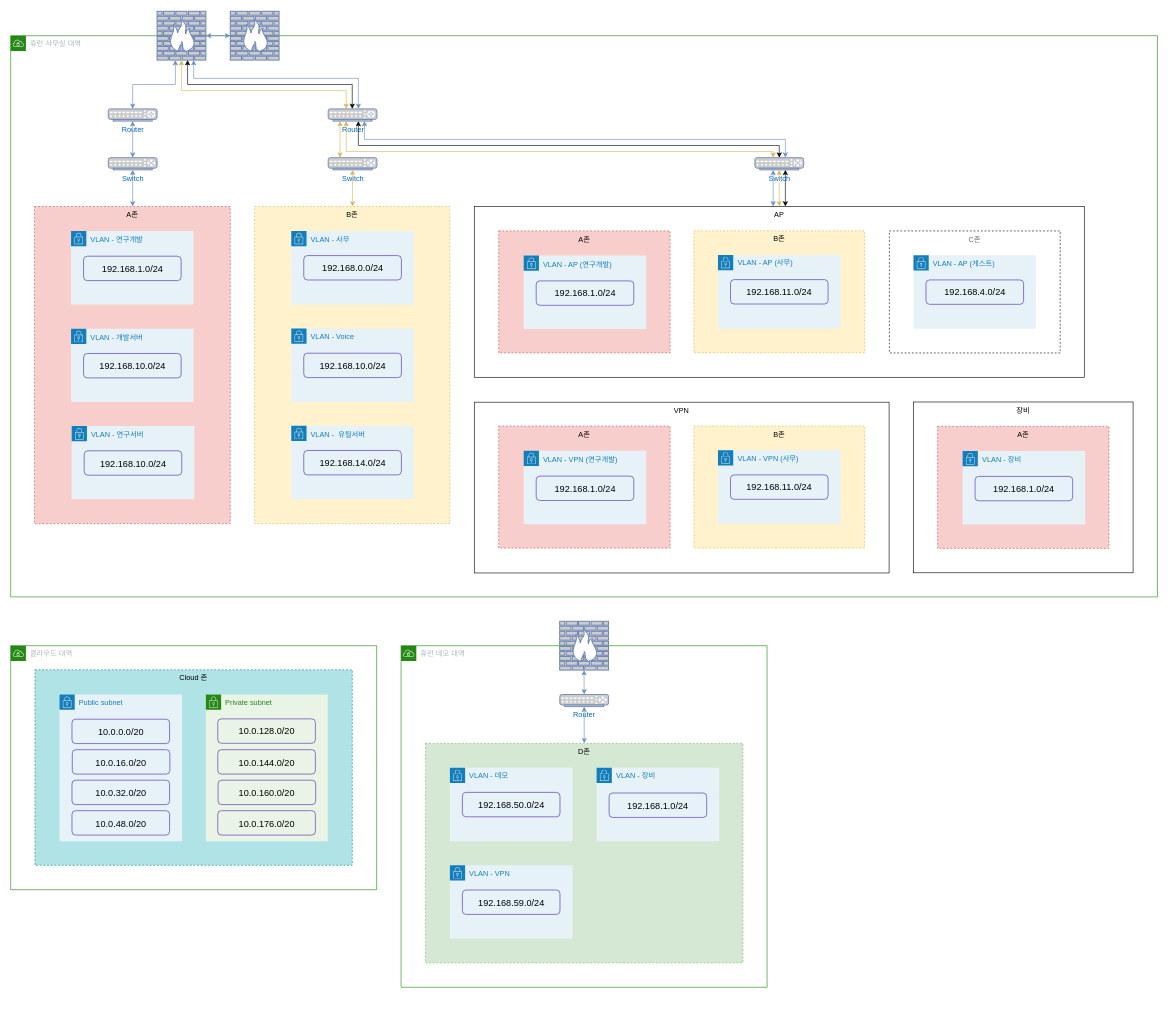
The draw.io diagram page "To-Be" (2 of 2) of 네트워크.drawio in junho-nam/drawio, before the edit. Source tidied: cells renumbered, new cells numbered last; positions are measured from the earlier drawing's top-left corner, leaving out a move shared by most shapes. Both pictures are drawn from the tidied source at 61%, with x=0, y=0 at pixel (10, 11).
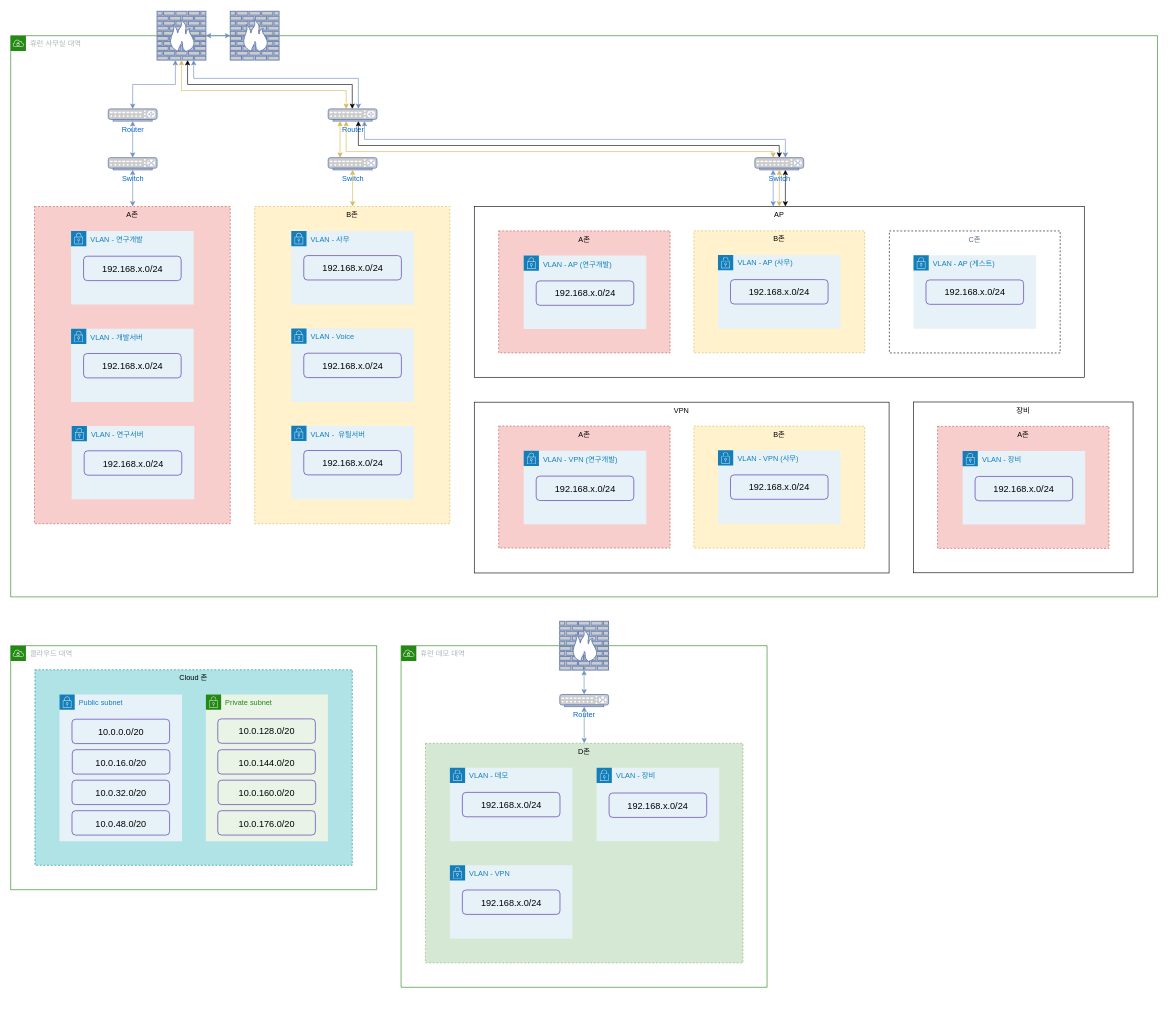
The same diagram, later.

Commit message (it also covers changes not shown here):
네트워크.drawio 업데이트

The change refers to these unchanged cells:
```xml
<mxCell id="7" value="VLAN - 연구서버" style="gradientColor=none;html=1;whiteSpace=wrap;fontSize=12;fontStyle=0;shape=mxgraph.aws4.group;grIcon=mxgraph.aws4.group_security_group;grStroke=0;strokeColor=#147EBA;fillColor=#E6F2F8;verticalAlign=top;align=left;spacingLeft=30;fontColor=#147EBA;dashed=0;rounded=1;shadow=0;glass=0;sketch=0;strokeWidth=1;" parent="4" vertex="1">
  <mxGeometry x="100" y="640" width="201" height="120" as="geometry" />
</mxCell>
<mxCell id="10" value="VLAN - VPN (연구개발)" style="gradientColor=none;html=1;whiteSpace=wrap;fontSize=12;fontStyle=0;shape=mxgraph.aws4.group;grIcon=mxgraph.aws4.group_security_group;grStroke=0;strokeColor=#147EBA;fillColor=#E6F2F8;verticalAlign=top;align=left;spacingLeft=30;fontColor=#147EBA;dashed=0;rounded=1;shadow=0;glass=0;sketch=0;strokeWidth=1;" parent="4" vertex="1">
  <mxGeometry x="841" y="680.5" width="201" height="120.5" as="geometry" />
</mxCell>
<mxCell id="13" value="VLAN - VPN (사무)" style="gradientColor=none;html=1;whiteSpace=wrap;fontSize=12;fontStyle=0;shape=mxgraph.aws4.group;grIcon=mxgraph.aws4.group_security_group;grStroke=0;strokeColor=#147EBA;fillColor=#E6F2F8;verticalAlign=top;align=left;spacingLeft=30;fontColor=#147EBA;dashed=0;rounded=1;shadow=0;glass=0;sketch=0;strokeWidth=1;" parent="4" vertex="1">
  <mxGeometry x="1159.5" y="679.5" width="201" height="120.5" as="geometry" />
</mxCell>
<mxCell id="30" value="VLAN - 데모" style="gradientColor=none;html=1;whiteSpace=wrap;fontSize=12;fontStyle=0;shape=mxgraph.aws4.group;grIcon=mxgraph.aws4.group_security_group;grStroke=0;strokeColor=#147EBA;fillColor=#E6F2F8;verticalAlign=top;align=left;spacingLeft=30;fontColor=#147EBA;dashed=0;rounded=1;shadow=0;glass=0;sketch=0;strokeWidth=1;" parent="28" vertex="1">
  <mxGeometry x="80" y="200" width="201" height="120.5" as="geometry" />
</mxCell>
<mxCell id="32" value="VLAN - VPN" style="gradientColor=none;html=1;whiteSpace=wrap;fontSize=12;fontStyle=0;shape=mxgraph.aws4.group;grIcon=mxgraph.aws4.group_security_group;grStroke=0;strokeColor=#147EBA;fillColor=#E6F2F8;verticalAlign=top;align=left;spacingLeft=30;fontColor=#147EBA;dashed=0;rounded=1;shadow=0;glass=0;sketch=0;strokeWidth=1;" parent="28" vertex="1">
  <mxGeometry x="80" y="360" width="201" height="120.5" as="geometry" />
</mxCell>
<mxCell id="34" value="VLAN - 장비" style="gradientColor=none;html=1;whiteSpace=wrap;fontSize=12;fontStyle=0;shape=mxgraph.aws4.group;grIcon=mxgraph.aws4.group_security_group;grStroke=0;strokeColor=#147EBA;fillColor=#E6F2F8;verticalAlign=top;align=left;spacingLeft=30;fontColor=#147EBA;dashed=0;rounded=1;shadow=0;glass=0;sketch=0;strokeWidth=1;" parent="28" vertex="1">
  <mxGeometry x="320.5" y="200" width="201" height="120.5" as="geometry" />
</mxCell>
<mxCell id="44" value="VLAN - 연구개발" style="gradientColor=none;html=1;whiteSpace=wrap;fontSize=12;fontStyle=0;shape=mxgraph.aws4.group;grIcon=mxgraph.aws4.group_security_group;grStroke=0;strokeColor=#147EBA;fillColor=#E6F2F8;verticalAlign=top;align=left;spacingLeft=30;fontColor=#147EBA;dashed=0;rounded=1;shadow=0;glass=0;sketch=0;strokeWidth=1;" parent="1" vertex="1">
  <mxGeometry x="99" y="360" width="201" height="120.5" as="geometry" />
</mxCell>
<mxCell id="46" value="VLAN - AP (게스트)" style="gradientColor=none;html=1;whiteSpace=wrap;fontSize=12;fontStyle=0;shape=mxgraph.aws4.group;grIcon=mxgraph.aws4.group_security_group;grStroke=0;strokeColor=#147EBA;fillColor=#E6F2F8;verticalAlign=top;align=left;spacingLeft=30;fontColor=#147EBA;dashed=0;rounded=1;shadow=0;glass=0;sketch=0;strokeWidth=1;" parent="1" vertex="1">
  <mxGeometry x="1480" y="399.9" width="201" height="120.5" as="geometry" />
</mxCell>
<mxCell id="48" value="VLAN - AP (사무)" style="gradientColor=none;html=1;whiteSpace=wrap;fontSize=12;fontStyle=0;shape=mxgraph.aws4.group;grIcon=mxgraph.aws4.group_security_group;grStroke=0;strokeColor=#147EBA;fillColor=#E6F2F8;verticalAlign=top;align=left;spacingLeft=30;fontColor=#147EBA;dashed=0;rounded=1;shadow=0;glass=0;sketch=0;strokeWidth=1;" parent="1" vertex="1">
  <mxGeometry x="1159.5" y="399.4" width="201" height="120.5" as="geometry" />
</mxCell>
<mxCell id="50" value="VLAN -&amp;nbsp; 유틸서버" style="gradientColor=none;html=1;whiteSpace=wrap;fontSize=12;fontStyle=0;shape=mxgraph.aws4.group;grIcon=mxgraph.aws4.group_security_group;grStroke=0;strokeColor=#147EBA;fillColor=#E6F2F8;verticalAlign=top;align=left;spacingLeft=30;fontColor=#147EBA;dashed=0;rounded=1;shadow=0;glass=0;sketch=0;strokeWidth=1;" parent="1" vertex="1">
  <mxGeometry x="460" y="679.5" width="201" height="120.5" as="geometry" />
</mxCell>
<mxCell id="52" value="VLAN - Voice" style="gradientColor=none;html=1;whiteSpace=wrap;fontSize=12;fontStyle=0;shape=mxgraph.aws4.group;grIcon=mxgraph.aws4.group_security_group;grStroke=0;strokeColor=#147EBA;fillColor=#E6F2F8;verticalAlign=top;align=left;spacingLeft=30;fontColor=#147EBA;dashed=0;rounded=1;shadow=0;glass=0;sketch=0;strokeWidth=1;" parent="1" vertex="1">
  <mxGeometry x="460" y="520" width="201" height="120.5" as="geometry" />
</mxCell>
<mxCell id="54" value="VLAN - 사무" style="gradientColor=none;html=1;whiteSpace=wrap;fontSize=12;fontStyle=0;shape=mxgraph.aws4.group;grIcon=mxgraph.aws4.group_security_group;grStroke=0;strokeColor=#147EBA;fillColor=#E6F2F8;verticalAlign=top;align=left;spacingLeft=30;fontColor=#147EBA;dashed=0;rounded=1;shadow=0;glass=0;sketch=0;strokeWidth=1;" parent="1" vertex="1">
  <mxGeometry x="460" y="360" width="201" height="120.5" as="geometry" />
</mxCell>
<mxCell id="62" value="VLAN - 개발서버" style="gradientColor=none;html=1;whiteSpace=wrap;fontSize=12;fontStyle=0;shape=mxgraph.aws4.group;grIcon=mxgraph.aws4.group_security_group;grStroke=0;strokeColor=#147EBA;fillColor=#E6F2F8;verticalAlign=top;align=left;spacingLeft=30;fontColor=#147EBA;dashed=0;rounded=1;shadow=0;glass=0;sketch=0;strokeWidth=1;" parent="1" vertex="1">
  <mxGeometry x="99" y="520.5" width="201" height="120" as="geometry" />
</mxCell>
<mxCell id="73" value="VLAN - AP (연구개발)" style="gradientColor=none;html=1;whiteSpace=wrap;fontSize=12;fontStyle=0;shape=mxgraph.aws4.group;grIcon=mxgraph.aws4.group_security_group;grStroke=0;strokeColor=#147EBA;fillColor=#E6F2F8;verticalAlign=top;align=left;spacingLeft=30;fontColor=#147EBA;dashed=0;rounded=1;shadow=0;glass=0;sketch=0;strokeWidth=1;" parent="1" vertex="1">
  <mxGeometry x="841" y="400.5" width="201" height="120.5" as="geometry" />
</mxCell>
<mxCell id="80" value="VLAN - 장비" style="gradientColor=none;html=1;whiteSpace=wrap;fontSize=12;fontStyle=0;shape=mxgraph.aws4.group;grIcon=mxgraph.aws4.group_security_group;grStroke=0;strokeColor=#147EBA;fillColor=#E6F2F8;verticalAlign=top;align=left;spacingLeft=30;fontColor=#147EBA;dashed=0;rounded=1;shadow=0;glass=0;sketch=0;strokeWidth=1;" parent="1" vertex="1">
  <mxGeometry x="1560.5" y="721" width="201" height="120.5" as="geometry" />
</mxCell>
```

Diff of the diagram source:
```diff
@@
-    <mxCell id="8" value="&lt;font style=&quot;font-size: 15px;&quot;&gt;192.168.10.0/24&lt;/font&gt;" style="rounded=1;whiteSpace=wrap;html=1;fillColor=none;strokeWidth=1;strokeColor=#4d27aa;glass=0;shadow=0;" parent="7" vertex="1">
+    <mxCell id="8" value="&lt;font style=&quot;font-size: 15px;&quot;&gt;192.168.x.0/24&lt;/font&gt;" style="rounded=1;whiteSpace=wrap;html=1;fillColor=none;strokeWidth=1;strokeColor=#4d27aa;glass=0;shadow=0;" parent="7" vertex="1">
       <mxGeometry x="20.5" y="40.5" width="160" height="40" as="geometry" />
     </mxCell>
@@
-    <mxCell id="11" value="&lt;font style=&quot;font-size: 15px;&quot;&gt;192.168.1.0/24&lt;/font&gt;" style="rounded=1;whiteSpace=wrap;html=1;fillColor=none;strokeWidth=1;strokeColor=#4d27aa;glass=0;shadow=0;" parent="10" vertex="1">
+    <mxCell id="11" value="&lt;font style=&quot;font-size: 15px;&quot;&gt;192.168.x.0/24&lt;/font&gt;" style="rounded=1;whiteSpace=wrap;html=1;fillColor=none;strokeWidth=1;strokeColor=#4d27aa;glass=0;shadow=0;" parent="10" vertex="1">
       <mxGeometry x="20.5" y="41.5" width="160" height="40" as="geometry" />
     </mxCell>
@@
-    <mxCell id="14" value="&lt;font style=&quot;font-size: 15px;&quot;&gt;192.168.11.0/24&lt;/font&gt;" style="rounded=1;whiteSpace=wrap;html=1;fillColor=none;strokeWidth=1;strokeColor=#4d27aa;glass=0;shadow=0;" parent="13" vertex="1">
+    <mxCell id="14" value="&lt;font style=&quot;font-size: 15px;&quot;&gt;192.168.x.0/24&lt;/font&gt;" style="rounded=1;whiteSpace=wrap;html=1;fillColor=none;strokeWidth=1;strokeColor=#4d27aa;glass=0;shadow=0;" parent="13" vertex="1">
       <mxGeometry x="20.5" y="40.5" width="160" height="40" as="geometry" />
     </mxCell>
@@
-    <mxCell id="31" value="&lt;font style=&quot;font-size: 15px;&quot;&gt;192.168.50.0/24&lt;/font&gt;" style="rounded=1;whiteSpace=wrap;html=1;fillColor=none;strokeWidth=1;strokeColor=#4d27aa;glass=0;shadow=0;" parent="30" vertex="1">
+    <mxCell id="31" value="&lt;font style=&quot;font-size: 15px;&quot;&gt;192.168.x.0/24&lt;/font&gt;" style="rounded=1;whiteSpace=wrap;html=1;fillColor=none;strokeWidth=1;strokeColor=#4d27aa;glass=0;shadow=0;" parent="30" vertex="1">
       <mxGeometry x="20.5" y="40.5" width="160" height="40" as="geometry" />
     </mxCell>
@@
-    <mxCell id="33" value="&lt;font style=&quot;font-size: 15px;&quot;&gt;192.168.59.0/24&lt;/font&gt;" style="rounded=1;whiteSpace=wrap;html=1;fillColor=none;strokeWidth=1;strokeColor=#4d27aa;glass=0;shadow=0;" parent="32" vertex="1">
+    <mxCell id="33" value="&lt;font style=&quot;font-size: 15px;&quot;&gt;192.168.x.0/24&lt;/font&gt;" style="rounded=1;whiteSpace=wrap;html=1;fillColor=none;strokeWidth=1;strokeColor=#4d27aa;glass=0;shadow=0;" parent="32" vertex="1">
       <mxGeometry x="20.5" y="40.5" width="160" height="40" as="geometry" />
     </mxCell>
@@
-    <mxCell id="35" value="&lt;font style=&quot;font-size: 15px;&quot;&gt;192.168.1.0/24&lt;/font&gt;" style="rounded=1;whiteSpace=wrap;html=1;fillColor=none;strokeWidth=1;strokeColor=#4d27aa;glass=0;shadow=0;" parent="34" vertex="1">
+    <mxCell id="35" value="&lt;font style=&quot;font-size: 15px;&quot;&gt;192.168.x.0/24&lt;/font&gt;" style="rounded=1;whiteSpace=wrap;html=1;fillColor=none;strokeWidth=1;strokeColor=#4d27aa;glass=0;shadow=0;" parent="34" vertex="1">
       <mxGeometry x="20.5" y="41.5" width="160" height="40" as="geometry" />
     </mxCell>
@@
-    <mxCell id="45" value="&lt;font style=&quot;font-size: 15px;&quot;&gt;192.168.1.0/24&lt;/font&gt;" style="rounded=1;whiteSpace=wrap;html=1;fillColor=none;strokeWidth=1;strokeColor=#4d27aa;glass=0;shadow=0;" parent="44" vertex="1">
+    <mxCell id="45" value="&lt;font style=&quot;font-size: 15px;&quot;&gt;192.168.x.0/24&lt;/font&gt;" style="rounded=1;whiteSpace=wrap;html=1;fillColor=none;strokeWidth=1;strokeColor=#4d27aa;glass=0;shadow=0;" parent="44" vertex="1">
       <mxGeometry x="20.5" y="41.5" width="160" height="40" as="geometry" />
     </mxCell>
@@
-    <mxCell id="47" value="&lt;font style=&quot;font-size: 15px;&quot;&gt;192.168.4.0/24&lt;/font&gt;" style="rounded=1;whiteSpace=wrap;html=1;fillColor=none;strokeWidth=1;strokeColor=#4d27aa;glass=0;shadow=0;" parent="46" vertex="1">
+    <mxCell id="47" value="&lt;font style=&quot;font-size: 15px;&quot;&gt;192.168.x.0/24&lt;/font&gt;" style="rounded=1;whiteSpace=wrap;html=1;fillColor=none;strokeWidth=1;strokeColor=#4d27aa;glass=0;shadow=0;" parent="46" vertex="1">
       <mxGeometry x="20.5" y="40.5" width="160" height="40" as="geometry" />
     </mxCell>
@@
-    <mxCell id="49" value="&lt;font style=&quot;font-size: 15px;&quot;&gt;192.168.11.0/24&lt;/font&gt;" style="rounded=1;whiteSpace=wrap;html=1;fillColor=none;strokeWidth=1;strokeColor=#4d27aa;glass=0;shadow=0;" parent="48" vertex="1">
+    <mxCell id="49" value="&lt;font style=&quot;font-size: 15px;&quot;&gt;192.168.x.0/24&lt;/font&gt;" style="rounded=1;whiteSpace=wrap;html=1;fillColor=none;strokeWidth=1;strokeColor=#4d27aa;glass=0;shadow=0;" parent="48" vertex="1">
       <mxGeometry x="20.5" y="40.5" width="160" height="40" as="geometry" />
     </mxCell>
@@
-    <mxCell id="51" value="&lt;font style=&quot;font-size: 15px;&quot;&gt;192.168.14.0/24&lt;/font&gt;" style="rounded=1;whiteSpace=wrap;html=1;fillColor=none;strokeWidth=1;strokeColor=#4d27aa;glass=0;shadow=0;" parent="50" vertex="1">
+    <mxCell id="51" value="&lt;font style=&quot;font-size: 15px;&quot;&gt;192.168.x.0/24&lt;/font&gt;" style="rounded=1;whiteSpace=wrap;html=1;fillColor=none;strokeWidth=1;strokeColor=#4d27aa;glass=0;shadow=0;" parent="50" vertex="1">
       <mxGeometry x="20.5" y="40.5" width="160" height="40" as="geometry" />
     </mxCell>
@@
-    <mxCell id="53" value="&lt;font style=&quot;font-size: 15px;&quot;&gt;192.168.10.0/24&lt;/font&gt;" style="rounded=1;whiteSpace=wrap;html=1;fillColor=none;strokeWidth=1;strokeColor=#4d27aa;glass=0;shadow=0;" parent="52" vertex="1">
+    <mxCell id="53" value="&lt;font style=&quot;font-size: 15px;&quot;&gt;192.168.x.0/24&lt;/font&gt;" style="rounded=1;whiteSpace=wrap;html=1;fillColor=none;strokeWidth=1;strokeColor=#4d27aa;glass=0;shadow=0;" parent="52" vertex="1">
       <mxGeometry x="20.5" y="40.5" width="160" height="40" as="geometry" />
     </mxCell>
@@
-    <mxCell id="55" value="&lt;font style=&quot;font-size: 15px;&quot;&gt;192.168.0.0/24&lt;/font&gt;" style="rounded=1;whiteSpace=wrap;html=1;fillColor=none;strokeWidth=1;strokeColor=#4d27aa;glass=0;shadow=0;" parent="54" vertex="1">
+    <mxCell id="55" value="&lt;font style=&quot;font-size: 15px;&quot;&gt;192.168.x.0/24&lt;/font&gt;" style="rounded=1;whiteSpace=wrap;html=1;fillColor=none;strokeWidth=1;strokeColor=#4d27aa;glass=0;shadow=0;" parent="54" vertex="1">
       <mxGeometry x="20.5" y="40.5" width="160" height="40" as="geometry" />
     </mxCell>
@@
-    <mxCell id="63" value="&lt;font style=&quot;font-size: 15px;&quot;&gt;192.168.10.0/24&lt;/font&gt;" style="rounded=1;whiteSpace=wrap;html=1;fillColor=none;strokeWidth=1;strokeColor=#4d27aa;glass=0;shadow=0;" parent="62" vertex="1">
+    <mxCell id="63" value="&lt;font style=&quot;font-size: 15px;&quot;&gt;192.168.x.0/24&lt;/font&gt;" style="rounded=1;whiteSpace=wrap;html=1;fillColor=none;strokeWidth=1;strokeColor=#4d27aa;glass=0;shadow=0;" parent="62" vertex="1">
       <mxGeometry x="20.5" y="40.5" width="160" height="40" as="geometry" />
     </mxCell>
@@
-    <mxCell id="74" value="&lt;font style=&quot;font-size: 15px;&quot;&gt;192.168.1.0/24&lt;/font&gt;" style="rounded=1;whiteSpace=wrap;html=1;fillColor=none;strokeWidth=1;strokeColor=#4d27aa;glass=0;shadow=0;" parent="73" vertex="1">
+    <mxCell id="74" value="&lt;font style=&quot;font-size: 15px;&quot;&gt;192.168.x.0/24&lt;/font&gt;" style="rounded=1;whiteSpace=wrap;html=1;fillColor=none;strokeWidth=1;strokeColor=#4d27aa;glass=0;shadow=0;" parent="73" vertex="1">
       <mxGeometry x="20.5" y="41.5" width="160" height="40" as="geometry" />
     </mxCell>
@@
-    <mxCell id="81" value="&lt;font style=&quot;font-size: 15px;&quot;&gt;192.168.1.0/24&lt;/font&gt;" style="rounded=1;whiteSpace=wrap;html=1;fillColor=none;strokeWidth=1;strokeColor=#4d27aa;glass=0;shadow=0;" parent="80" vertex="1">
+    <mxCell id="81" value="&lt;font style=&quot;font-size: 15px;&quot;&gt;192.168.x.0/24&lt;/font&gt;" style="rounded=1;whiteSpace=wrap;html=1;fillColor=none;strokeWidth=1;strokeColor=#4d27aa;glass=0;shadow=0;" parent="80" vertex="1">
       <mxGeometry x="20.5" y="41.5" width="160" height="40" as="geometry" />
     </mxCell>
```
